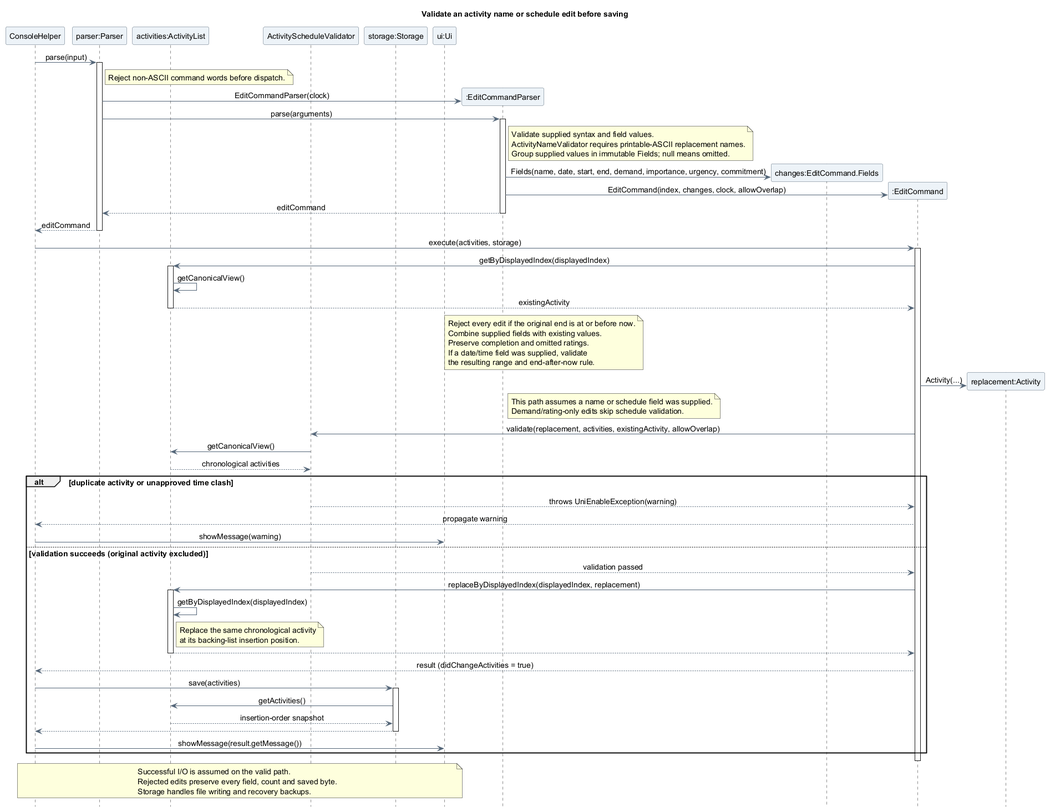
Above: docs/images/oliver/sequence/EditActivitySequence.png in AY2627S1-CS2113-T10-4/tp (PlantUML), before the change.
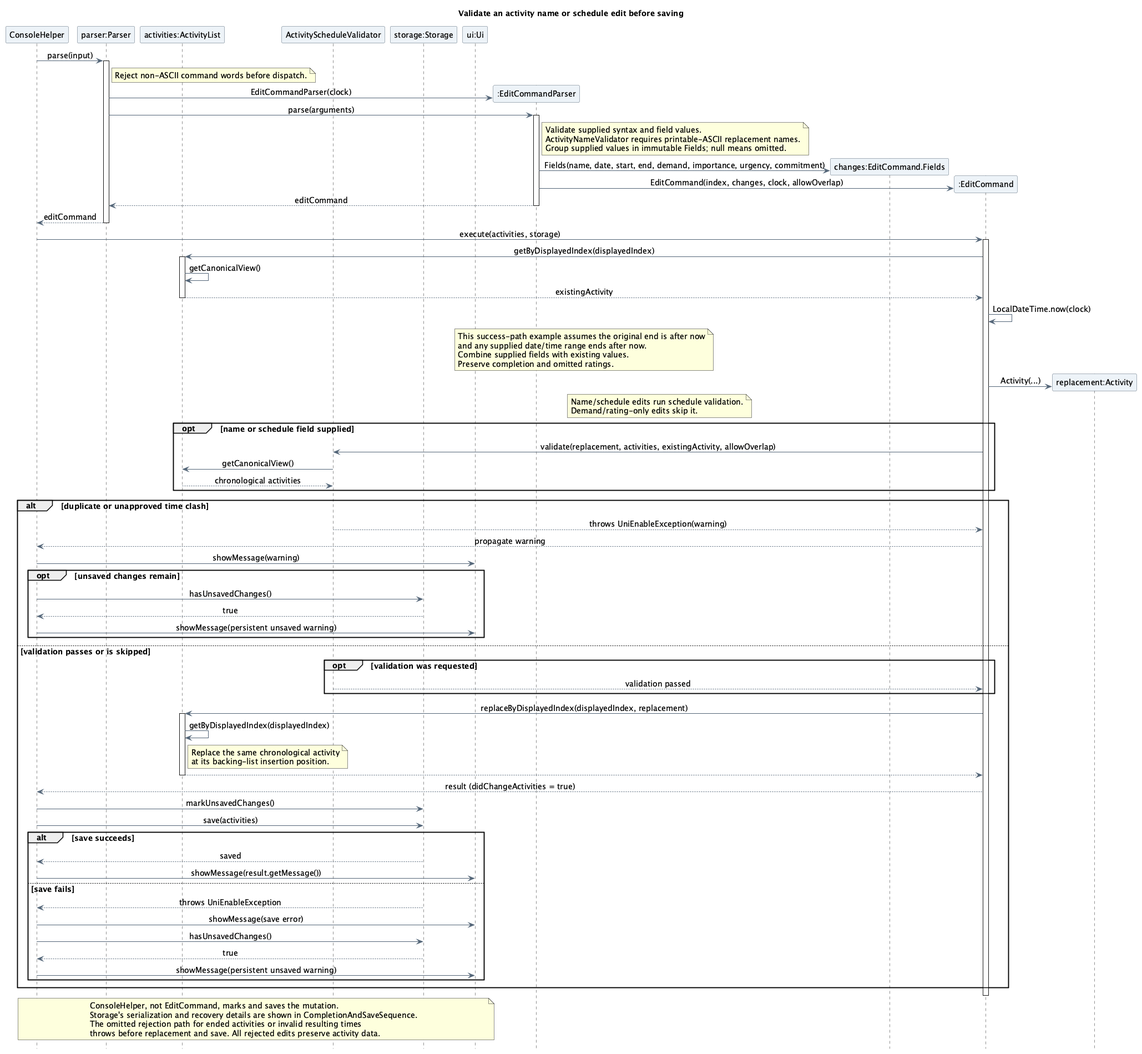
After the commit.

Commit message:
Update Oliver sequence diagram assets

What changed in the source:
```diff
@@ -47,28 +47,37 @@
 Activities -> Activities : getCanonicalView()
 Activities --> Edit : existingActivity
 deactivate Activities
+Edit -> Edit : LocalDateTime.now(clock)
 note over Edit, Activities
-  Reject every edit if the original end is at or before now.
+  This success-path example assumes the original end is after now
+  and any supplied date/time range ends after now.
   Combine supplied fields with existing values.
   Preserve completion and omitted ratings.
-  If a date/time field was supplied, validate
-  the resulting range and end-after-now rule.
 end note
 create participant "replacement:Activity" as Replacement
 Edit -> Replacement : Activity(...)
 note over Edit, Schedule
-  This path assumes a name or schedule field was supplied.
-  Demand/rating-only edits skip schedule validation.
+  Name/schedule edits run schedule validation.
+  Demand/rating-only edits skip it.
 end note
-Edit -> Schedule : validate(replacement, activities, existingActivity, allowOverlap)
-Schedule -> Activities : getCanonicalView()
-Activities --> Schedule : chronological activities
-alt duplicate activity or unapproved time clash
+opt name or schedule field supplied
+  Edit -> Schedule : validate(replacement, activities, existingActivity, allowOverlap)
+  Schedule -> Activities : getCanonicalView()
+  Activities --> Schedule : chronological activities
+end
+alt duplicate or unapproved time clash
   Schedule --> Edit : throws UniEnableException(warning)
   Edit --> Console : propagate warning
   Console -> UI : showMessage(warning)
-else validation succeeds (original activity excluded)
-  Schedule --> Edit : validation passed
+  opt unsaved changes remain
+    Console -> Storage : hasUnsavedChanges()
+    Storage --> Console : true
+    Console -> UI : showMessage(persistent unsaved warning)
+  end
+else validation passes or is skipped
+  opt validation was requested
+    Schedule --> Edit : validation passed
+  end
   Edit -> Activities : replaceByDisplayedIndex(displayedIndex, replacement)
   activate Activities
   Activities -> Activities : getByDisplayedIndex(displayedIndex)
@@ -79,19 +88,25 @@
   Activities --> Edit
   deactivate Activities
   Edit --> Console : result (didChangeActivities = true)
+  Console -> Storage : markUnsavedChanges()
   Console -> Storage : save(activities)
-  activate Storage
-  Storage -> Activities : getActivities()
-  Activities --> Storage : insertion-order snapshot
-  Storage --> Console
-  deactivate Storage
-  Console -> UI : showMessage(result.getMessage())
+  alt save succeeds
+    Storage --> Console : saved
+    Console -> UI : showMessage(result.getMessage())
+  else save fails
+    Storage --> Console : throws UniEnableException
+    Console -> UI : showMessage(save error)
+    Console -> Storage : hasUnsavedChanges()
+    Storage --> Console : true
+    Console -> UI : showMessage(persistent unsaved warning)
+  end
 end
 deactivate Edit
 
 note over Console, UI
-  Successful I/O is assumed on the valid path.
-  Rejected edits preserve every field, count and saved byte.
-  Storage handles file writing and recovery backups.
+  ConsoleHelper, not EditCommand, marks and saves the mutation.
+  Storage's serialization and recovery details are shown in CompletionAndSaveSequence.
+  The omitted rejection path for ended activities or invalid resulting times
+  throws before replacement and save. All rejected edits preserve activity data.
 end note
 @enduml
```
